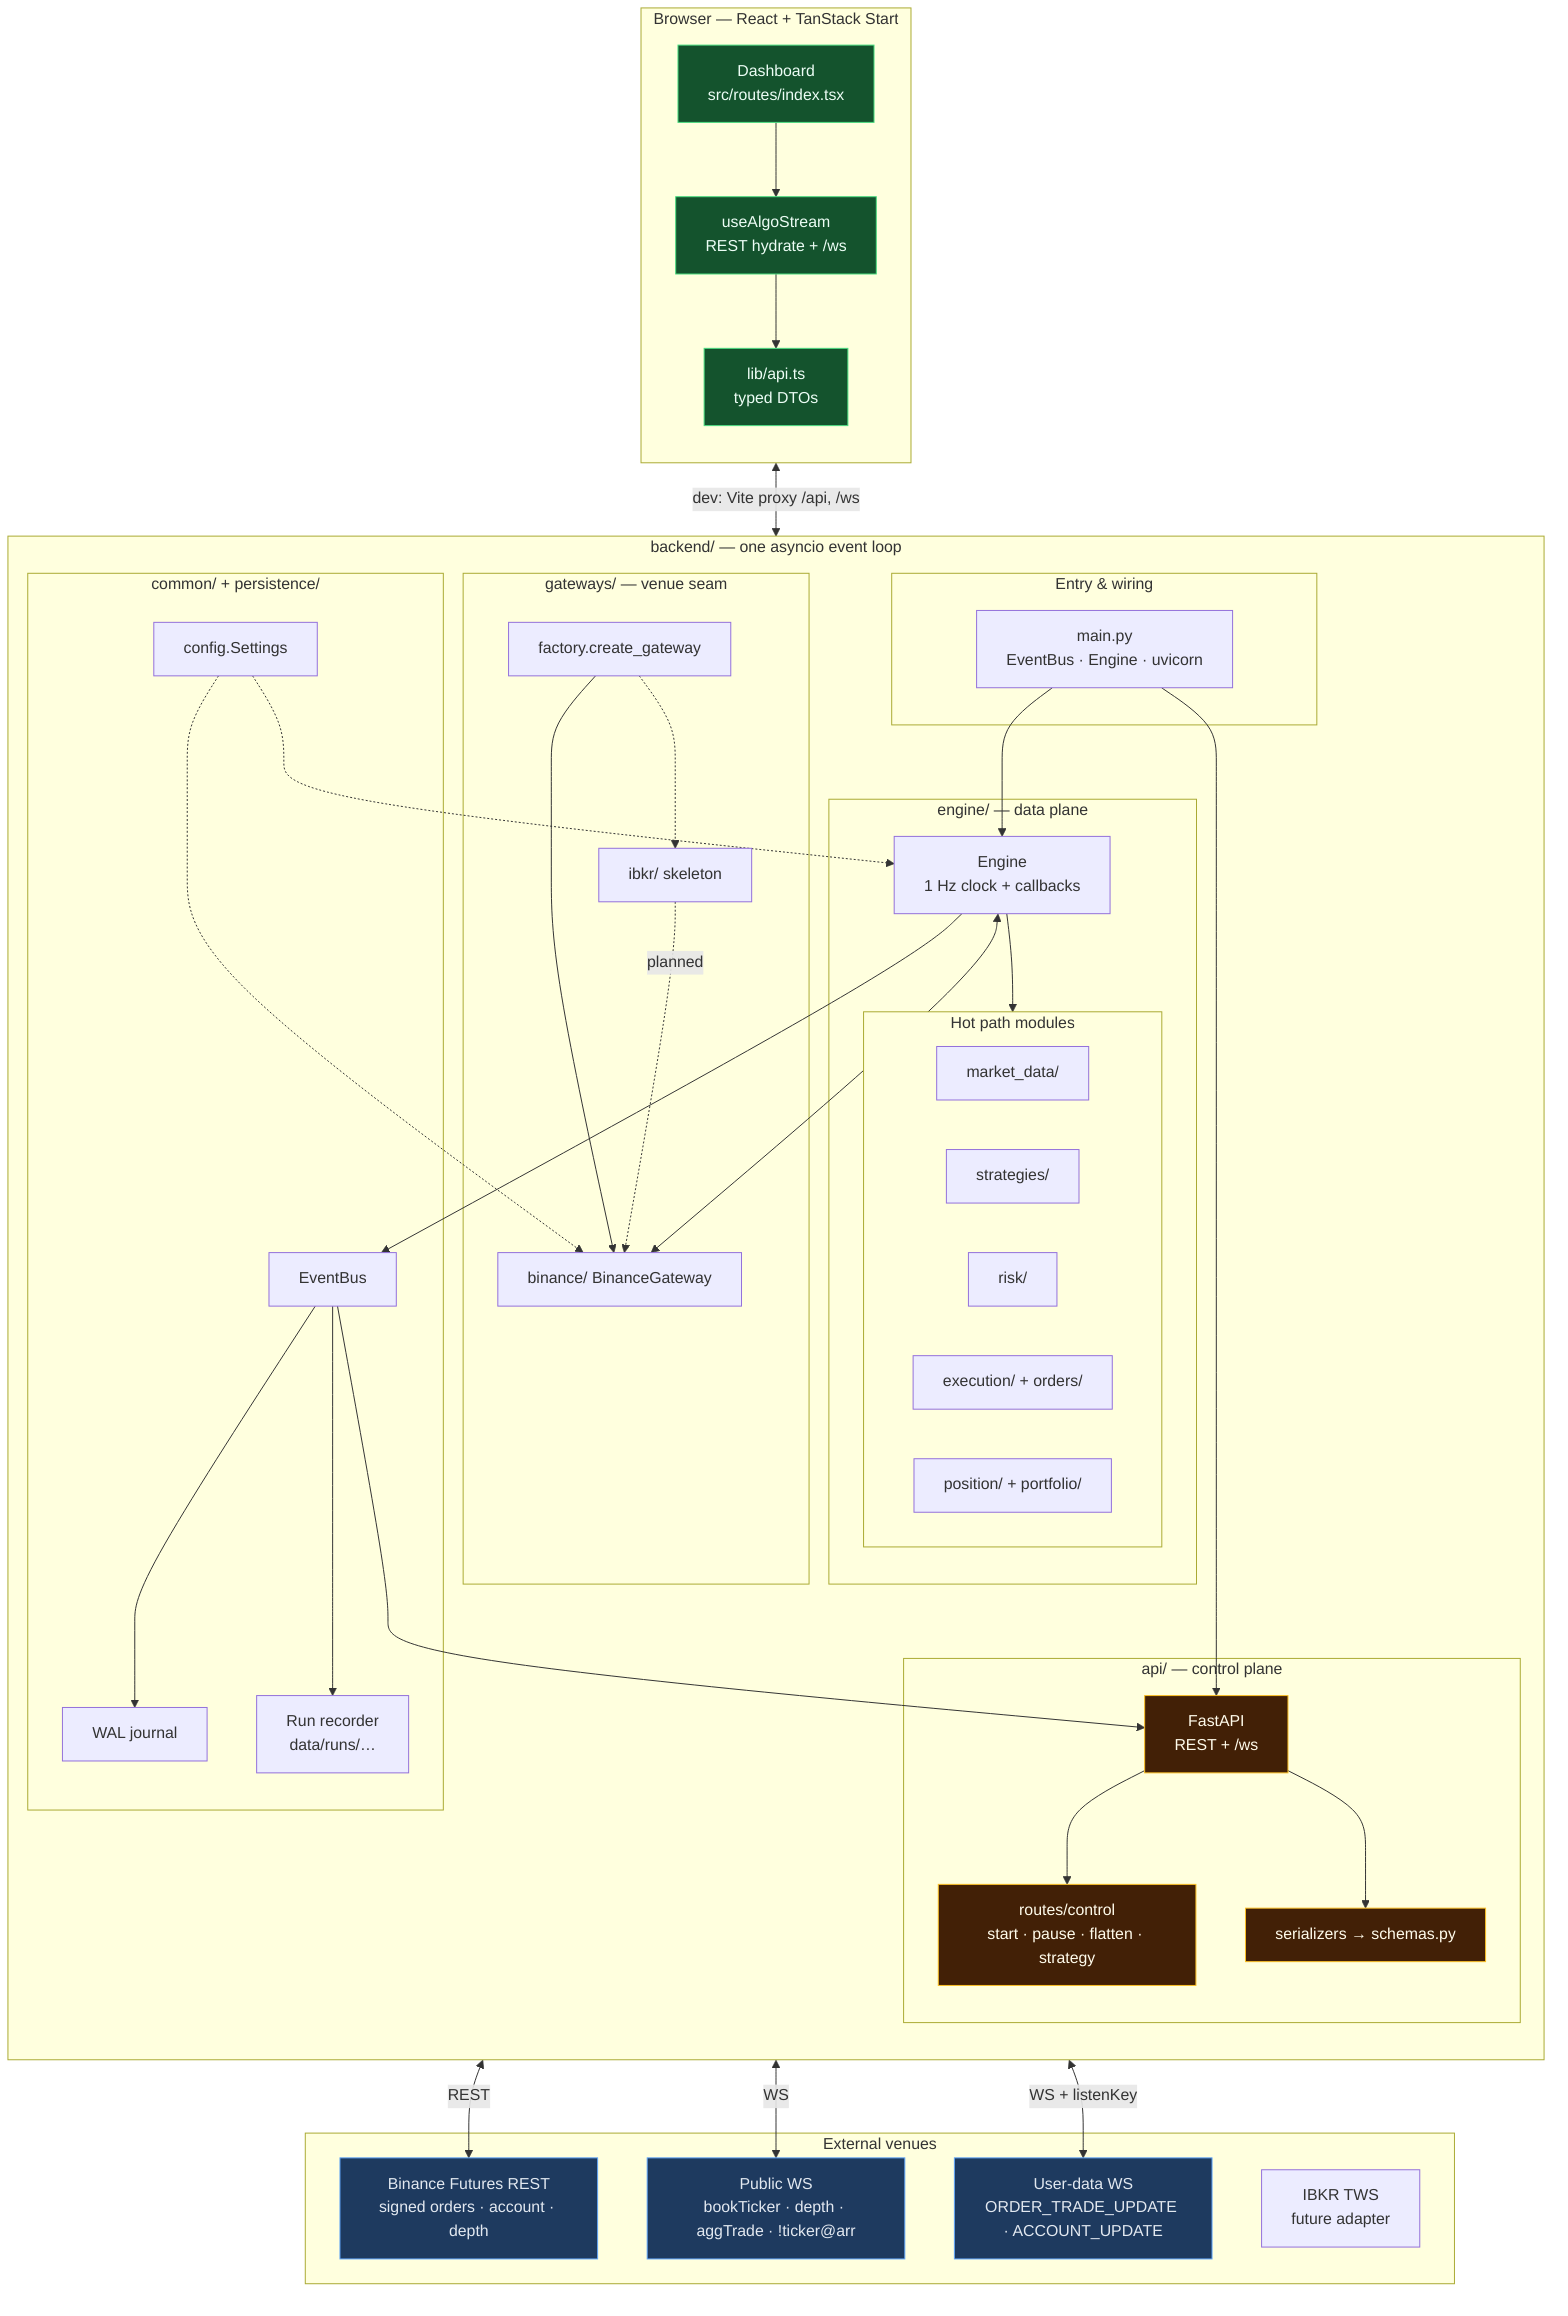
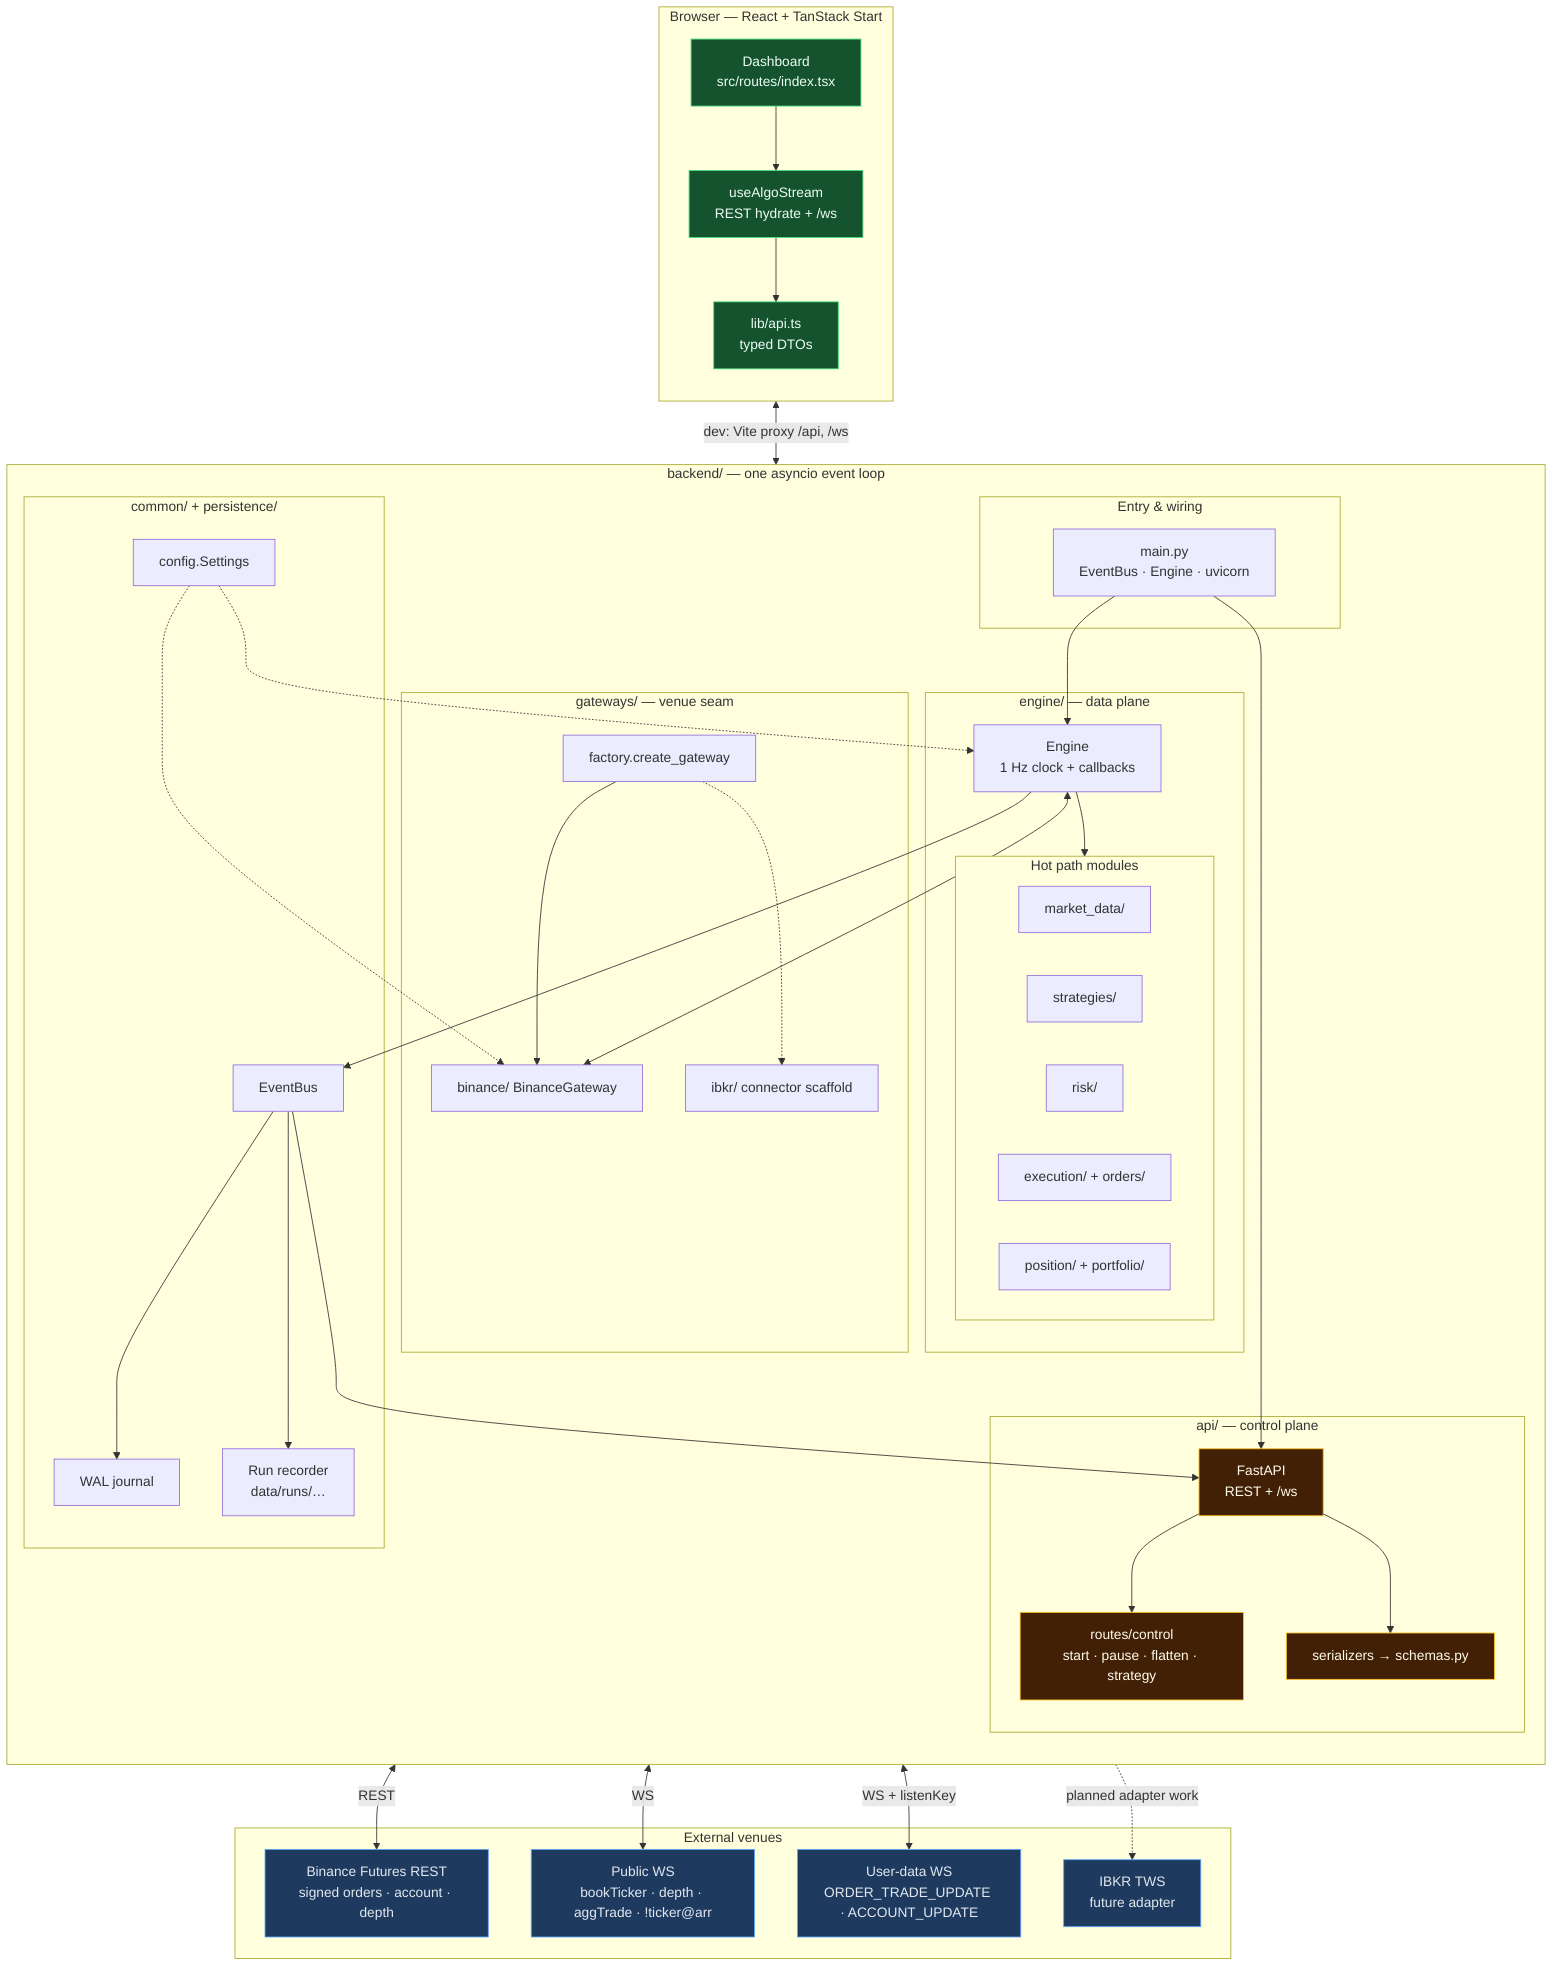
%% System context — venues, single Python process, React console
%% Render: GitHub / VS Code Mermaid preview / https://mermaid.live

flowchart TB
    subgraph Browser["Browser — React + TanStack Start"]
        direction TB
        UI["Dashboard<br/>src/routes/index.tsx"]
        HOOK["useAlgoStream<br/>REST hydrate + /ws"]
        API_CLIENT["lib/api.ts<br/>typed DTOs"]
        UI --> HOOK --> API_CLIENT
    end

    subgraph Process["backend/ — one asyncio event loop"]
        direction TB
        subgraph Entry["Entry & wiring"]
            MAIN["main.py<br/>EventBus · Engine · uvicorn"]
        end
        subgraph API_Layer["api/ — control plane"]
            FAST["FastAPI<br/>REST + /ws"]
            CTRL["routes/control<br/>start · pause · flatten · strategy"]
            SER["serializers → schemas.py"]
            FAST --> CTRL
            FAST --> SER
        end
        subgraph Core["engine/ — data plane"]
            ENG["Engine<br/>1 Hz clock + callbacks"]
            subgraph Modules["Hot path modules"]
                MD["market_data/"]
                ST["strategies/"]
                RK["risk/"]
                EX["execution/ + orders/"]
                POS["position/ + portfolio/"]
            end
            ENG --> Modules
        end
        subgraph GW_Layer["gateways/ — venue seam"]
            FACT["factory.create_gateway"]
            BIN["binance/ BinanceGateway"]
-             IBKR["ibkr/ skeleton"]
+             IBKR["ibkr/ connector scaffold"]
            FACT --> BIN
            FACT -.-> IBKR
        end
        subgraph Platform["common/ + persistence/"]
            BUS["EventBus"]
            CFG["config.Settings"]
            WAL["WAL journal"]
            REC["Run recorder<br/>data/runs/…"]
        end
        MAIN --> ENG
        MAIN --> FAST
        ENG <--> BIN
        ENG --> BUS
        BUS --> WAL
        BUS --> REC
        BUS --> FAST
        CFG -.-> ENG
        CFG -.-> BIN
    end

    subgraph Venue["External venues"]
        BN_REST["Binance Futures REST<br/>signed orders · account · depth"]
        BN_WS_PUB["Public WS<br/>bookTicker · depth · aggTrade · !ticker@arr"]
        BN_WS_USER["User-data WS<br/>ORDER_TRADE_UPDATE · ACCOUNT_UPDATE"]
        IB["IBKR TWS<br/>future adapter"]
    end

    API_CLIENT <-->|"dev: Vite proxy /api, /ws"| FAST
    BIN <-->|REST| BN_REST
    BIN <-->|WS| BN_WS_PUB
    BIN <-->|WS + listenKey| BN_WS_USER
-     IBKR -.->|"planned"| BIN
+     IBKR -.->|"planned adapter work"| IB

    classDef venue fill:#1e3a5f,stroke:#60a5fa,color:#e2e8f0
    classDef browser fill:#14532d,stroke:#4ade80,color:#ecfdf5
    classDef api fill:#422006,stroke:#fbbf24,color:#fffbeb
-     class BN_REST,BN_WS_PUB,BN_WS_USER venue
+     class BN_REST,BN_WS_PUB,BN_WS_USER,IB venue
    class UI,HOOK,API_CLIENT browser
    class FAST,CTRL,SER api
